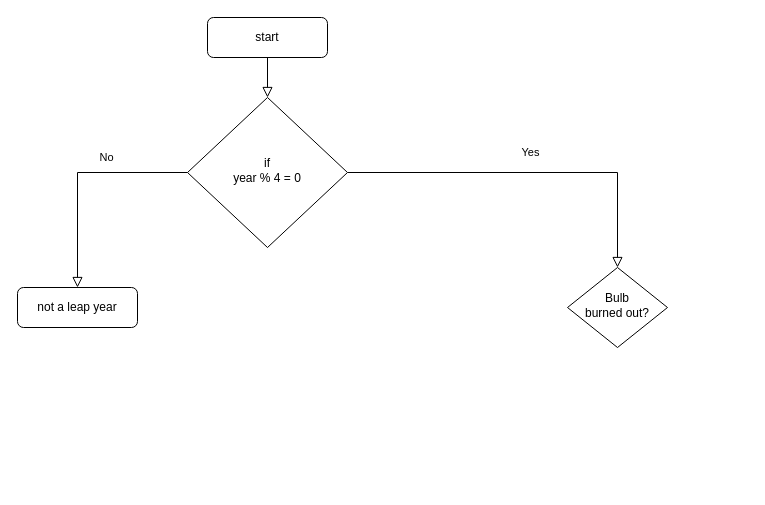
This is Untitled Diagram.drawio from 555-Benjy/Python_Course_With_Angela, a draw.io file, before an edit. Source tidied: cells renumbered, new cells numbered last; positions are measured from the earlier drawing's top-left corner, leaving out a move shared by most shapes. Both pictures are drawn from the tidied source at 100%, with x=0, y=0 at pixel (17, 17).
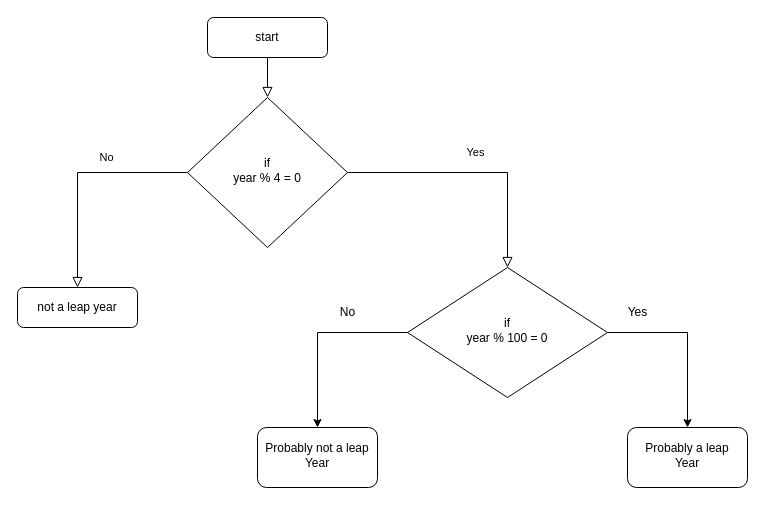
The same diagram, later.

Change to the diagram source:
```diff
@@
 <mxGraphModel>
   <root>
     <mxCell id="0" />
     <mxCell id="1" parent="0" />
     <mxCell id="2" style="rounded=0;html=1;jettySize=auto;fontSize=11;endArrow=block;endFill=0;endSize=8;strokeWidth=1;shadow=0;labelBackgroundColor=none;edgeStyle=orthogonalEdgeStyle;" parent="1" edge="1" source="3" target="6">
       <mxGeometry relative="1" as="geometry" />
     </mxCell>
     <mxCell id="3" value="start" style="rounded=1;whiteSpace=wrap;html=1;fontSize=12;glass=0;strokeWidth=1;shadow=0;" parent="1" vertex="1">
       <mxGeometry x="190" width="120" height="40" as="geometry" />
     </mxCell>
     <mxCell id="4" value="Yes" style="rounded=0;html=1;jettySize=auto;fontSize=11;endArrow=block;endFill=0;endSize=8;strokeWidth=1;shadow=0;labelBackgroundColor=none;edgeStyle=orthogonalEdgeStyle;" parent="1" edge="1" source="6" target="8">
       <mxGeometry y="20" relative="1" as="geometry" />
     </mxCell>
     <mxCell id="5" value="No" style="edgeStyle=orthogonalEdgeStyle;rounded=0;html=1;jettySize=auto;fontSize=11;endArrow=block;endFill=0;endSize=8;strokeWidth=1;shadow=0;labelBackgroundColor=none;" parent="1" edge="1" source="6" target="7">
       <mxGeometry x="-0.28" y="-15" relative="1" as="geometry" />
     </mxCell>
     <mxCell id="6" value="if&lt;br&gt;year % 4 = 0" style="rhombus;whiteSpace=wrap;html=1;shadow=0;fontFamily=Helvetica;fontSize=12;align=center;strokeWidth=1;spacing=6;spacingTop=-4;" parent="1" vertex="1">
       <mxGeometry x="170" y="80" width="160" height="150" as="geometry" />
     </mxCell>
     <mxCell id="7" value="not a leap year" style="rounded=1;whiteSpace=wrap;html=1;fontSize=12;glass=0;strokeWidth=1;shadow=0;" parent="1" vertex="1">
       <mxGeometry y="270" width="120" height="40" as="geometry" />
     </mxCell>
+    <mxCell id="9" style="edgeStyle=orthogonalEdgeStyle;rounded=0;jettySize=auto;html=1;" parent="1" edge="1" source="8" target="11">
+      <mxGeometry relative="1" as="geometry" />
+    </mxCell>
+    <mxCell id="10" style="edgeStyle=orthogonalEdgeStyle;rounded=0;jettySize=auto;html=1;" parent="1" edge="1" source="8" target="13">
+      <mxGeometry relative="1" as="geometry" />
+    </mxCell>
-    <mxCell id="8" value="Bulb&lt;br&gt;burned out?" style="rhombus;whiteSpace=wrap;html=1;shadow=0;fontFamily=Helvetica;fontSize=12;align=center;strokeWidth=1;spacing=6;spacingTop=-4;" parent="1" vertex="1">
-      <mxGeometry x="550" y="250" width="100" height="80" as="geometry" />
+    <mxCell id="8" value="if&lt;br&gt;year % 100 = 0" style="rhombus;whiteSpace=wrap;html=1;shadow=0;fontFamily=Helvetica;fontSize=12;align=center;strokeWidth=1;spacing=6;spacingTop=-4;" parent="1" vertex="1">
+      <mxGeometry x="390" y="250" width="200" height="130" as="geometry" />
     </mxCell>
+    <mxCell id="11" value="Probably a leap Year" style="rounded=1;whiteSpace=wrap;html=1;shadow=0;strokeWidth=1;spacing=6;spacingTop=-4;" parent="1" vertex="1">
+      <mxGeometry x="610" y="410" width="120" height="60" as="geometry" />
+    </mxCell>
+    <mxCell id="12" value="Yes" style="text;html=1;align=center;verticalAlign=middle;strokeColor=none;fillColor=none;" parent="1" vertex="1">
+      <mxGeometry x="600" y="280" width="40" height="30" as="geometry" />
+    </mxCell>
+    <mxCell id="13" value="Probably not a leap Year" style="rounded=1;whiteSpace=wrap;html=1;shadow=0;strokeWidth=1;spacing=6;spacingTop=-4;" parent="1" vertex="1">
+      <mxGeometry x="240" y="410" width="120" height="60" as="geometry" />
+    </mxCell>
+    <mxCell id="14" value="No" style="text;html=1;align=center;verticalAlign=middle;strokeColor=none;fillColor=none;" parent="1" vertex="1">
+      <mxGeometry x="310" y="280" width="40" height="30" as="geometry" />
+    </mxCell>
   </root>
 </mxGraphModel>
```
